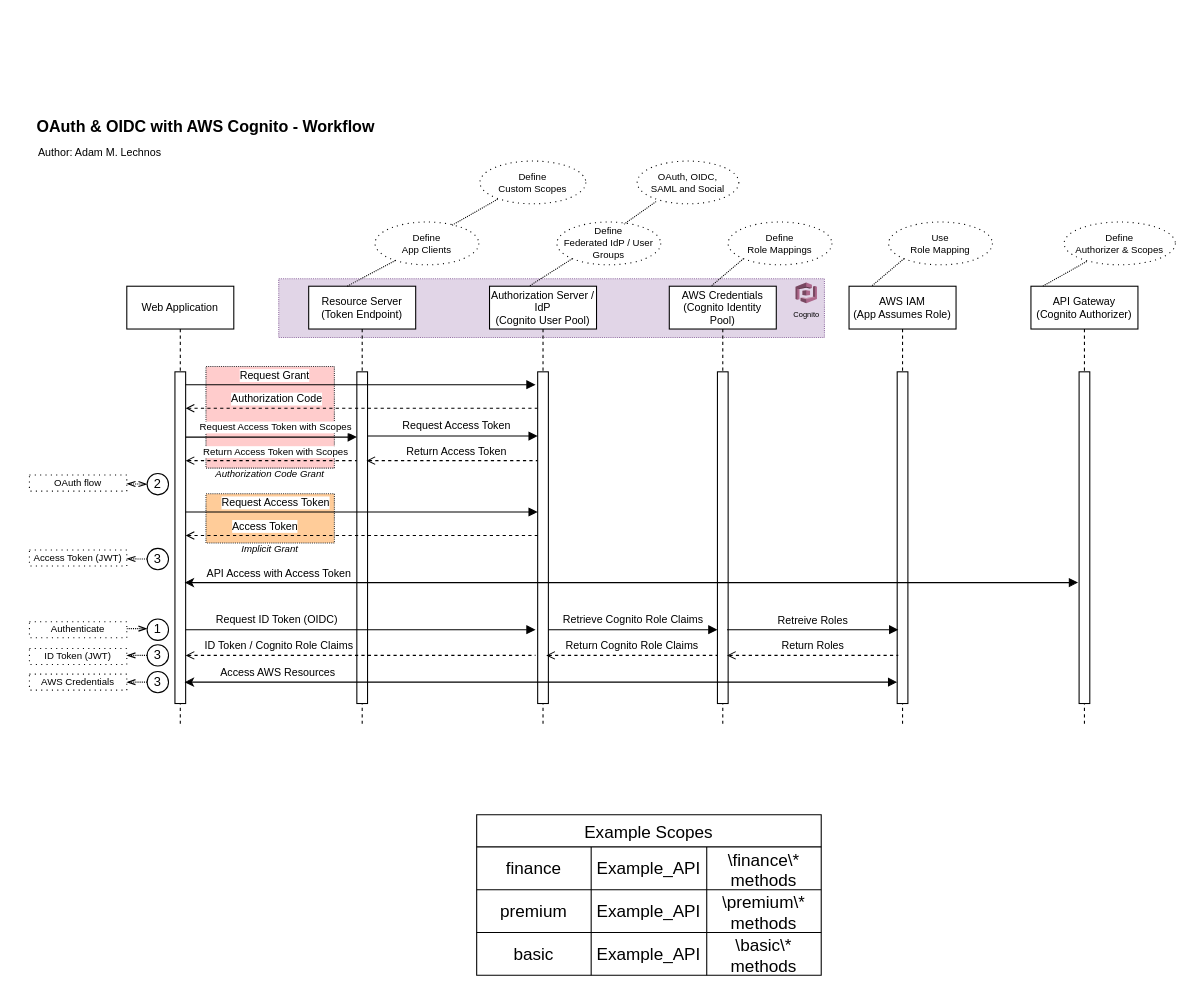
Adam-Lechnos/diagrams-charts keeps this draw.io diagram as devops/OAuth20-Sequence-Diagram.drawio. Above is the earlier version. Source tidied: cells renumbered, new cells numbered last; positions are measured from the earlier drawing's top-left corner, leaving out a move shared by most shapes. Both pictures are drawn from the tidied source at 107%, with x=0, y=0 at pixel (18, 109).
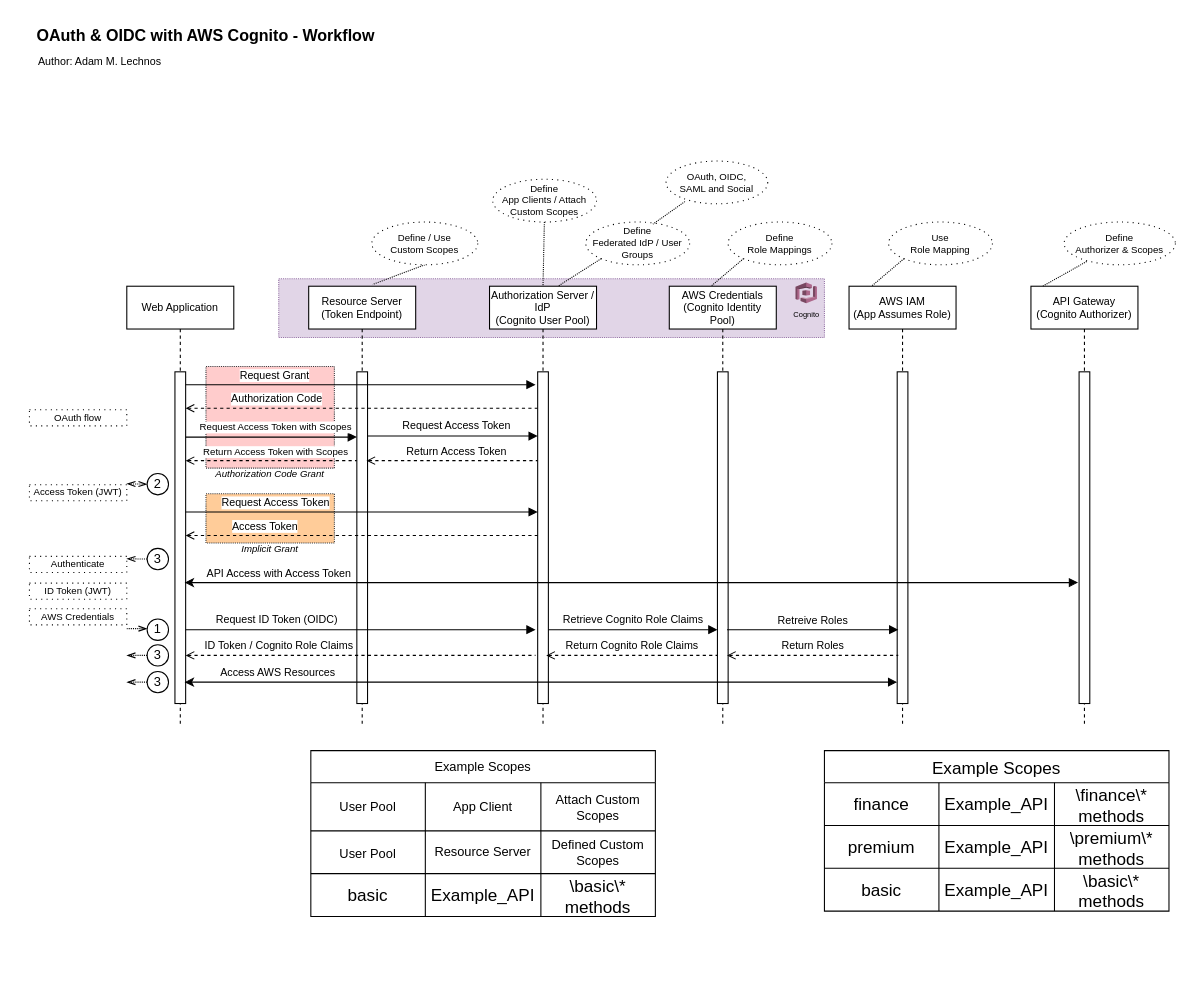
Above is the later version.

The change refers to these unchanged cells:
```xml
<mxCell id="2" style="rounded=0;whiteSpace=wrap;html=1;fillColor=#e1d5e7;dashed=1;dashPattern=1 1;strokeColor=#9673a6;" parent="1" vertex="1">
  <mxGeometry x="243" y="158" width="510" height="55" as="geometry" />
</mxCell>
<mxCell id="19" value="Authorization Server / IdP&lt;br style=&quot;font-size: 10px;&quot;&gt;(Cognito User Pool)" style="shape=umlLifeline;perimeter=lifelinePerimeter;whiteSpace=wrap;html=1;outlineConnect=0;portConstraint=eastwest;newEdgeStyle={&quot;edgeStyle&quot;:&quot;elbowEdgeStyle&quot;,&quot;elbow&quot;:&quot;vertical&quot;,&quot;curved&quot;:0,&quot;rounded&quot;:0};fontSize=10;" parent="1" vertex="1">
  <mxGeometry x="440" y="165" width="100" height="410" as="geometry" />
</mxCell>
```

Diff of the diagram source:
```diff
@@
-    <mxCell id="13" style="rounded=0;jettySize=auto;html=1;dashed=1;endArrow=none;endFill=0;entryX=0.37;entryY=0;entryDx=0;entryDy=0;entryPerimeter=0;dashPattern=1 1;" parent="1" edge="1" source="14">
-      <mxGeometry relative="1" as="geometry">
-        <mxPoint x="307" y="165" as="targetPoint" />
-      </mxGeometry>
+    <mxCell id="13" style="rounded=0;jettySize=auto;html=1;dashed=1;endArrow=none;endFill=0;dashPattern=1 1;entryX=0.5;entryY=-0.002;entryDx=0;entryDy=0;entryPerimeter=0;" parent="1" edge="1" source="14" target="19">
+      <mxGeometry relative="1" as="geometry" />
     </mxCell>
-    <mxCell id="14" value="Define&lt;br&gt;App Clients" style="ellipse;whiteSpace=wrap;html=1;fontSize=9;dashed=1;dashPattern=1 4;" parent="1" vertex="1">
-      <mxGeometry x="333" y="105" width="97" height="40" as="geometry" />
+    <mxCell id="14" value="Define&lt;br&gt;App Clients / Attach Custom Scopes" style="ellipse;whiteSpace=wrap;html=1;fontSize=9;dashed=1;dashPattern=1 4;" parent="1" vertex="1">
+      <mxGeometry x="443" y="65" width="97" height="40" as="geometry" />
     </mxCell>
     <mxCell id="15" value="Define&lt;br&gt;Federated IdP / User Groups" style="ellipse;whiteSpace=wrap;html=1;fontSize=9;dashed=1;dashPattern=1 4;" parent="1" vertex="1">
-      <mxGeometry x="503" y="105" width="97" height="40" as="geometry" />
+      <mxGeometry x="530" y="105" width="97" height="40" as="geometry" />
     </mxCell>
@@
     <mxCell id="21" style="rounded=0;jettySize=auto;html=1;dashed=1;endArrow=none;endFill=0;entryX=0.37;entryY=0;entryDx=0;entryDy=0;entryPerimeter=0;dashPattern=1 1;exitX=0;exitY=1;exitDx=0;exitDy=0;" parent="1" edge="1" source="15">
       <mxGeometry relative="1" as="geometry">
-        <mxPoint x="477" y="165" as="targetPoint" />
+        <mxPoint x="504" y="165" as="targetPoint" />
       </mxGeometry>
     </mxCell>
@@
-    <mxCell id="28" style="rounded=0;orthogonalLoop=1;jettySize=auto;html=1;dashed=1;endArrow=none;endFill=0;entryX=0.37;entryY=0;entryDx=0;entryDy=0;entryPerimeter=0;dashPattern=1 1;" parent="1" edge="1">
-      <mxGeometry relative="1" as="geometry">
-        <mxPoint x="447.6" y="83.7" as="sourcePoint" />
-        <mxPoint x="405" y="108" as="targetPoint" />
-      </mxGeometry>
+    <mxCell id="28" style="rounded=0;jettySize=auto;html=1;dashed=1;endArrow=none;endFill=0;entryX=0.172;entryY=0.097;entryDx=0;entryDy=0;entryPerimeter=0;dashPattern=1 1;exitX=0.5;exitY=1;exitDx=0;exitDy=0;" parent="1" edge="1" source="29" target="2">
+      <mxGeometry relative="1" as="geometry" />
     </mxCell>
-    <mxCell id="29" value="Define&lt;br&gt;Custom Scopes" style="ellipse;whiteSpace=wrap;html=1;fontSize=9;dashed=1;dashPattern=1 4;" parent="1" vertex="1">
-      <mxGeometry x="431" y="48" width="99" height="40" as="geometry" />
+    <mxCell id="29" value="Define / Use&lt;br&gt;Custom Scopes" style="ellipse;whiteSpace=wrap;html=1;fontSize=9;dashed=1;dashPattern=1 4;" parent="1" vertex="1">
+      <mxGeometry x="330" y="105" width="99" height="40" as="geometry" />
     </mxCell>
@@
     <mxCell id="50" value="Authenticate" style="rounded=0;whiteSpace=wrap;html=1;fontSize=9;verticalAlign=middle;dashed=1;dashPattern=1 4;" parent="1" vertex="1">
-      <mxGeometry x="10" y="478.5" width="91" height="15" as="geometry" />
+      <mxGeometry x="10" y="417.5" width="91" height="15" as="geometry" />
     </mxCell>
     <mxCell id="51" value="Access Token (JWT)" style="rounded=0;whiteSpace=wrap;html=1;fontSize=9;verticalAlign=middle;dashed=1;dashPattern=1 4;" parent="1" vertex="1">
-      <mxGeometry x="10" y="411.5" width="91" height="15" as="geometry" />
+      <mxGeometry x="10" y="350.5" width="91" height="15" as="geometry" />
     </mxCell>
     <mxCell id="52" value="ID Token (JWT)" style="rounded=0;whiteSpace=wrap;html=1;fontSize=9;verticalAlign=middle;dashed=1;dashPattern=1 4;" parent="1" vertex="1">
-      <mxGeometry x="10" y="503.5" width="91" height="15" as="geometry" />
+      <mxGeometry x="10" y="442.5" width="91" height="15" as="geometry" />
     </mxCell>
     <mxCell id="53" value="AWS Credentials" style="rounded=0;whiteSpace=wrap;html=1;fontSize=9;verticalAlign=middle;dashed=1;dashPattern=1 4;" parent="1" vertex="1">
-      <mxGeometry x="10" y="527.5" width="91" height="15" as="geometry" />
+      <mxGeometry x="10" y="466.5" width="91" height="15" as="geometry" />
     </mxCell>
-    <mxCell id="54" style="rounded=0;jettySize=auto;html=1;dashed=1;endArrow=openThin;endFill=0;dashPattern=1 1;exitX=0;exitY=0.5;exitDx=0;exitDy=0;startArrow=none;startFill=0;" parent="1" edge="1" target="51">
+    <mxCell id="54" style="rounded=0;orthogonalLoop=1;jettySize=auto;html=1;dashed=1;endArrow=openThin;endFill=0;dashPattern=1 1;exitX=0;exitY=0.5;exitDx=0;exitDy=0;startArrow=none;startFill=0;" parent="1" edge="1">
       <mxGeometry relative="1" as="geometry">
         <mxPoint x="120" y="420" as="sourcePoint" />
+        <mxPoint x="101" y="419.7" as="targetPoint" />
       </mxGeometry>
     </mxCell>
@@
     <mxCell id="58" value="OAuth &amp;amp; OIDC with AWS Cognito - Workflow" style="text;html=1;align=center;verticalAlign=middle;whiteSpace=wrap;rounded=0;fontSize=15;fontStyle=1;" parent="1" vertex="1">
-      <mxGeometry width="350" height="30" as="geometry" />
+      <mxGeometry y="-85" width="350" height="30" as="geometry" />
     </mxCell>
     <mxCell id="59" value="Author: Adam M. Lechnos" style="text;html=1;align=center;verticalAlign=middle;whiteSpace=wrap;rounded=0;fontSize=10;fontStyle=0;" parent="1" vertex="1">
-      <mxGeometry x="16" y="25" width="120" height="30" as="geometry" />
+      <mxGeometry x="16" y="-60" width="120" height="30" as="geometry" />
     </mxCell>
@@
     <mxCell id="65" value="OAuth, OIDC, &lt;br&gt;SAML and Social" style="ellipse;whiteSpace=wrap;html=1;fontSize=9;dashed=1;dashPattern=1 4;" parent="1" vertex="1">
-      <mxGeometry x="578" y="48" width="95" height="40" as="geometry" />
+      <mxGeometry x="605" y="48" width="95" height="40" as="geometry" />
     </mxCell>
     <mxCell id="66" value="OAuth flow" style="rounded=0;whiteSpace=wrap;html=1;fontSize=9;verticalAlign=middle;dashed=1;dashPattern=1 4;" parent="1" vertex="1">
-      <mxGeometry x="10" y="341.5" width="91" height="15" as="geometry" />
+      <mxGeometry x="10" y="280.5" width="91" height="15" as="geometry" />
     </mxCell>
-    <mxCell id="67" style="rounded=0;jettySize=auto;html=1;dashed=1;endArrow=openThin;endFill=0;dashPattern=1 1;exitX=0;exitY=0.5;exitDx=0;exitDy=0;startArrow=openThin;startFill=0;" parent="1" edge="1" target="66">
+    <mxCell id="67" style="rounded=0;orthogonalLoop=1;jettySize=auto;html=1;dashed=1;endArrow=openThin;endFill=0;dashPattern=1 1;exitX=0;exitY=0.5;exitDx=0;exitDy=0;startArrow=openThin;startFill=0;" parent="1" edge="1">
       <mxGeometry relative="1" as="geometry">
         <mxPoint x="120" y="350" as="sourcePoint" />
+        <mxPoint x="101" y="349.7" as="targetPoint" />
       </mxGeometry>
     </mxCell>
@@
     <mxCell id="72" value="Example Scopes" style="shape=table;startSize=30;childLayout=tableLayout;strokeColor=default;fontSize=16;" parent="1" vertex="1">
-      <mxGeometry x="428" y="659" width="322" height="150" as="geometry" />
+      <mxGeometry x="753" y="599" width="322" height="150" as="geometry" />
     </mxCell>
@@
+    <mxCell id="85" value="Example Scopes" style="shape=table;startSize=30;childLayout=tableLayout;strokeColor=default;fontSize=12;" parent="1" vertex="1">
+      <mxGeometry x="273" y="599" width="322" height="155" as="geometry" />
+    </mxCell>
+    <mxCell id="86" style="shape=tableRow;horizontal=0;startSize=0;swimlaneHead=0;swimlaneBody=0;strokeColor=inherit;top=0;left=0;bottom=0;right=0;fillColor=none;fontSize=16;" parent="85" vertex="1">
+      <mxGeometry y="30" width="322" height="45" as="geometry" />
+    </mxCell>
+    <mxCell id="87" value="User Pool" style="shape=partialRectangle;html=1;whiteSpace=wrap;strokeColor=inherit;overflow=hidden;fillColor=none;top=0;left=0;bottom=0;right=0;fontSize=12;" parent="86" vertex="1">
+      <mxGeometry width="107" height="45" as="geometry" />
+    </mxCell>
+    <mxCell id="88" value="App Client" style="shape=partialRectangle;html=1;whiteSpace=wrap;strokeColor=inherit;overflow=hidden;fillColor=none;top=0;left=0;bottom=0;right=0;fontSize=12;" parent="86" vertex="1">
+      <mxGeometry x="107" width="108" height="45" as="geometry" />
+    </mxCell>
+    <mxCell id="89" value="&lt;font style=&quot;font-size: 12px;&quot;&gt;Attach Custom Scopes&lt;/font&gt;" style="shape=partialRectangle;html=1;whiteSpace=wrap;strokeColor=inherit;overflow=hidden;fillColor=none;top=0;left=0;bottom=0;right=0;fontSize=10;" parent="86" vertex="1">
+      <mxGeometry x="215" width="107" height="45" as="geometry" />
+    </mxCell>
+    <mxCell id="90" style="shape=tableRow;horizontal=0;startSize=0;swimlaneHead=0;swimlaneBody=0;strokeColor=inherit;top=0;left=0;bottom=0;right=0;fillColor=none;fontSize=16;" parent="85" vertex="1">
+      <mxGeometry y="75" width="322" height="40" as="geometry" />
+    </mxCell>
+    <mxCell id="91" value="&lt;font style=&quot;font-size: 12px;&quot;&gt;User Pool&lt;/font&gt;" style="shape=partialRectangle;html=1;whiteSpace=wrap;strokeColor=inherit;overflow=hidden;fillColor=none;top=0;left=0;bottom=0;right=0;fontSize=16;" parent="90" vertex="1">
+      <mxGeometry width="107" height="40" as="geometry" />
+    </mxCell>
+    <mxCell id="92" value="Resource Server" style="shape=partialRectangle;html=1;whiteSpace=wrap;strokeColor=inherit;overflow=hidden;fillColor=none;top=0;left=0;bottom=0;right=0;fontSize=12;" parent="90" vertex="1">
+      <mxGeometry x="107" width="108" height="40" as="geometry" />
+    </mxCell>
+    <mxCell id="93" value="Defined Custom Scopes" style="shape=partialRectangle;html=1;whiteSpace=wrap;strokeColor=inherit;overflow=hidden;fillColor=none;top=0;left=0;bottom=0;right=0;fontSize=12;" parent="90" vertex="1">
+      <mxGeometry x="215" width="107" height="40" as="geometry" />
+    </mxCell>
+    <mxCell id="94" style="shape=tableRow;horizontal=0;startSize=0;swimlaneHead=0;swimlaneBody=0;strokeColor=inherit;top=0;left=0;bottom=0;right=0;fillColor=none;fontSize=16;" parent="85" vertex="1">
+      <mxGeometry y="115" width="322" height="40" as="geometry" />
+    </mxCell>
+    <mxCell id="95" value="basic" style="shape=partialRectangle;html=1;whiteSpace=wrap;strokeColor=inherit;overflow=hidden;fillColor=none;top=0;left=0;bottom=0;right=0;fontSize=16;" parent="94" vertex="1">
+      <mxGeometry width="107" height="40" as="geometry" />
+    </mxCell>
+    <mxCell id="96" value="Example_API" style="shape=partialRectangle;html=1;whiteSpace=wrap;strokeColor=inherit;overflow=hidden;fillColor=none;top=0;left=0;bottom=0;right=0;fontSize=16;" parent="94" vertex="1">
+      <mxGeometry x="107" width="108" height="40" as="geometry" />
+    </mxCell>
+    <mxCell id="97" value="\basic\*&lt;br&gt;methods" style="shape=partialRectangle;html=1;whiteSpace=wrap;strokeColor=inherit;overflow=hidden;fillColor=none;top=0;left=0;bottom=0;right=0;fontSize=16;" parent="94" vertex="1">
+      <mxGeometry x="215" width="107" height="40" as="geometry" />
+    </mxCell>
```
